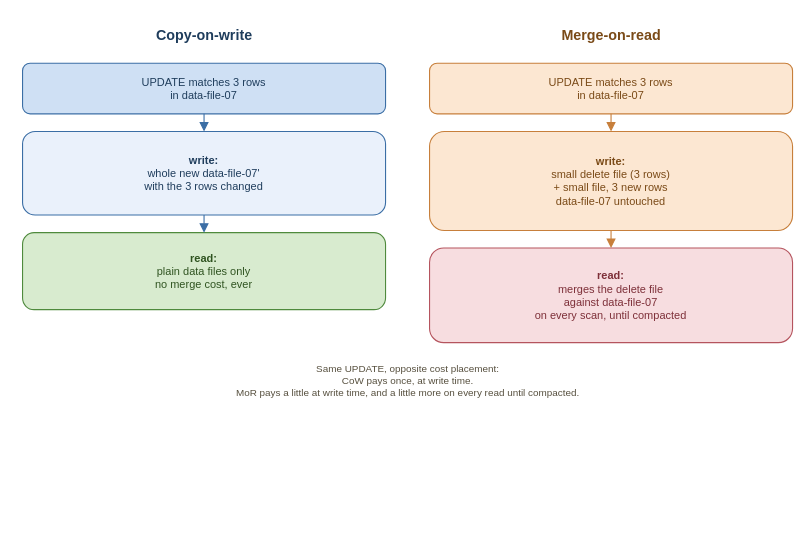
The draw.io diagram book/figures/cow-vs-mor.drawio in AlanPhan04/spark-101-to-pro, before the edit. Source tidied: cells renumbered, new cells numbered last; positions are measured from the earlier drawing's top-left corner, leaving out a move shared by most shapes. Both pictures are drawn from the tidied source at 110%, with x=0, y=0 at pixel (22, 19).
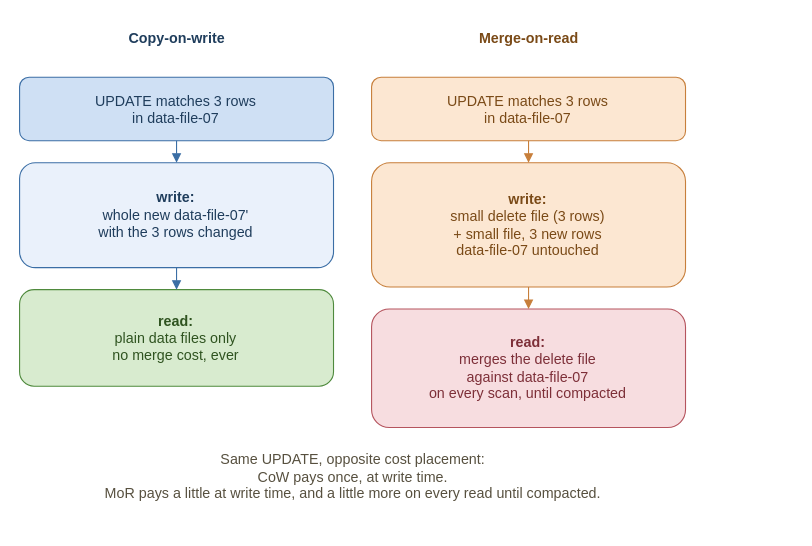
The same page after the edit.

Change to the diagram source:
```diff
@@
 <mxGraphModel>
   <root>
     <mxCell id="0" />
     <mxCell id="1" parent="0" />
     <mxCell id="2" value="&lt;b&gt;Copy-on-write&lt;/b&gt;" style="text;html=1;align=center;fontSize=13;fontColor=#1f3d5c;" parent="1" vertex="1">
-      <mxGeometry width="330" height="26" as="geometry" />
+      <mxGeometry x="-2.7" y="2.5" width="285.4" height="32.6" as="geometry" />
     </mxCell>
     <mxCell id="3" value="&lt;b&gt;Merge-on-read&lt;/b&gt;" style="text;html=1;align=center;fontSize=13;fontColor=#7a4a17;" parent="1" vertex="1">
-      <mxGeometry x="370" width="330" height="26" as="geometry" />
+      <mxGeometry x="317.3" y="2.5" width="285.4" height="32.6" as="geometry" />
     </mxCell>
-    <mxCell id="4" value="UPDATE matches 3 rows&lt;br&gt;in data-file-07" style="rounded=1;whiteSpace=wrap;html=1;fillColor=#cfe0f4;strokeColor=#3b6ea5;fontSize=10;fontColor=#1f3d5c;" parent="1" vertex="1">
-      <mxGeometry y="40" width="330" height="46" as="geometry" />
+    <mxCell id="4" value="UPDATE matches 3 rows&lt;br&gt;in data-file-07" style="rounded=1;whiteSpace=wrap;html=1;fillColor=#cfe0f4;strokeColor=#3b6ea5;fontSize=13;fontColor=#1f3d5c;" parent="1" vertex="1">
+      <mxGeometry x="-2.7" y="52.7" width="285.4" height="57.7" as="geometry" />
     </mxCell>
-    <mxCell id="5" value="&lt;b&gt;write:&lt;/b&gt;&lt;br&gt;whole new data-file-07'&lt;br&gt;with the 3 rows changed" style="rounded=1;whiteSpace=wrap;html=1;fillColor=#eaf1fb;strokeColor=#3b6ea5;fontSize=10;fontColor=#1f3d5c;" parent="1" vertex="1">
-      <mxGeometry y="102" width="330" height="76" as="geometry" />
+    <mxCell id="5" value="&lt;b&gt;write:&lt;/b&gt;&lt;br&gt;whole new data-file-07'&lt;br&gt;with the 3 rows changed" style="rounded=1;whiteSpace=wrap;html=1;fillColor=#eaf1fb;strokeColor=#3b6ea5;fontSize=13;fontColor=#1f3d5c;" parent="1" vertex="1">
+      <mxGeometry x="-2.7" y="130.5" width="285.4" height="95.3" as="geometry" />
     </mxCell>
-    <mxCell id="6" value="&lt;b&gt;read:&lt;/b&gt;&lt;br&gt;plain data files only&lt;br&gt;no merge cost, ever" style="rounded=1;whiteSpace=wrap;html=1;fillColor=#d8ebcf;strokeColor=#4f8a3d;fontSize=10;fontColor=#2f5320;" parent="1" vertex="1">
-      <mxGeometry y="194" width="330" height="70" as="geometry" />
+    <mxCell id="6" value="&lt;b&gt;read:&lt;/b&gt;&lt;br&gt;plain data files only&lt;br&gt;no merge cost, ever" style="rounded=1;whiteSpace=wrap;html=1;fillColor=#d8ebcf;strokeColor=#4f8a3d;fontSize=13;fontColor=#2f5320;" parent="1" vertex="1">
+      <mxGeometry x="-2.7" y="245.8" width="285.4" height="87.8" as="geometry" />
     </mxCell>
-    <mxCell id="7" value="UPDATE matches 3 rows&lt;br&gt;in data-file-07" style="rounded=1;whiteSpace=wrap;html=1;fillColor=#fce7d2;strokeColor=#c77f3b;fontSize=10;fontColor=#7a4a17;" parent="1" vertex="1">
-      <mxGeometry x="370" y="40" width="330" height="46" as="geometry" />
+    <mxCell id="7" value="UPDATE matches 3 rows&lt;br&gt;in data-file-07" style="rounded=1;whiteSpace=wrap;html=1;fillColor=#fce7d2;strokeColor=#c77f3b;fontSize=13;fontColor=#7a4a17;" parent="1" vertex="1">
+      <mxGeometry x="317.3" y="52.7" width="285.4" height="57.7" as="geometry" />
     </mxCell>
-    <mxCell id="8" value="&lt;b&gt;write:&lt;/b&gt;&lt;br&gt;small delete file (3 rows)&lt;br&gt;+ small file, 3 new rows&lt;br&gt;data-file-07 untouched" style="rounded=1;whiteSpace=wrap;html=1;fillColor=#fce7d2;strokeColor=#c77f3b;fontSize=10;fontColor=#7a4a17;" parent="1" vertex="1">
-      <mxGeometry x="370" y="102" width="330" height="90" as="geometry" />
+    <mxCell id="8" value="&lt;b&gt;write:&lt;/b&gt;&lt;br&gt;small delete file (3 rows)&lt;br&gt;+ small file, 3 new rows&lt;br&gt;data-file-07 untouched" style="rounded=1;whiteSpace=wrap;html=1;fillColor=#fce7d2;strokeColor=#c77f3b;fontSize=13;fontColor=#7a4a17;" parent="1" vertex="1">
+      <mxGeometry x="317.3" y="130.5" width="285.4" height="112.9" as="geometry" />
     </mxCell>
-    <mxCell id="9" value="&lt;b&gt;read:&lt;/b&gt;&lt;br&gt;merges the delete file&lt;br&gt;against data-file-07&lt;br&gt;on every scan, until compacted" style="rounded=1;whiteSpace=wrap;html=1;fillColor=#f7dde0;strokeColor=#b5545e;fontSize=10;fontColor=#7d2f38;" parent="1" vertex="1">
-      <mxGeometry x="370" y="208" width="330" height="86" as="geometry" />
+    <mxCell id="9" value="&lt;b&gt;read:&lt;/b&gt;&lt;br&gt;merges the delete file&lt;br&gt;against data-file-07&lt;br&gt;on every scan, until compacted" style="rounded=1;whiteSpace=wrap;html=1;fillColor=#f7dde0;strokeColor=#b5545e;fontSize=13;fontColor=#7d2f38;" parent="1" vertex="1">
+      <mxGeometry x="317.3" y="263.4" width="285.4" height="107.8" as="geometry" />
     </mxCell>
     <mxCell id="10" style="edges=1;html=1;endArrow=block;strokeColor=#3b6ea5;" parent="1" edge="1" source="4" target="5">
       <mxGeometry relative="1" as="geometry" />
     </mxCell>
     <mxCell id="11" style="edges=1;html=1;endArrow=block;strokeColor=#3b6ea5;" parent="1" edge="1" source="5" target="6">
       <mxGeometry relative="1" as="geometry" />
     </mxCell>
     <mxCell id="12" style="edges=1;html=1;endArrow=block;strokeColor=#c77f3b;" parent="1" edge="1" source="7" target="8">
       <mxGeometry relative="1" as="geometry" />
     </mxCell>
     <mxCell id="13" style="edges=1;html=1;endArrow=block;strokeColor=#c77f3b;" parent="1" edge="1" source="8" target="9">
       <mxGeometry relative="1" as="geometry" />
     </mxCell>
-    <mxCell id="14" value="Same UPDATE, opposite cost placement:&lt;br&gt;CoW pays once, at write time.&lt;br&gt;MoR pays a little at write time, and a little more on every read until compacted." style="text;html=1;align=center;fontSize=9;fontColor=#57503f;" parent="1" vertex="1">
-      <mxGeometry y="306" width="700" height="60" as="geometry" />
+    <mxCell id="14" value="Same UPDATE, opposite cost placement:&lt;br&gt;CoW pays once, at write time.&lt;br&gt;MoR pays a little at write time, and a little more on every read until compacted." style="text;html=1;align=center;fontSize=13;fontColor=#57503f;" parent="1" vertex="1">
+      <mxGeometry x="-2.7" y="386.3" width="605.4" height="75.2" as="geometry" />
     </mxCell>
   </root>
 </mxGraphModel>
```
